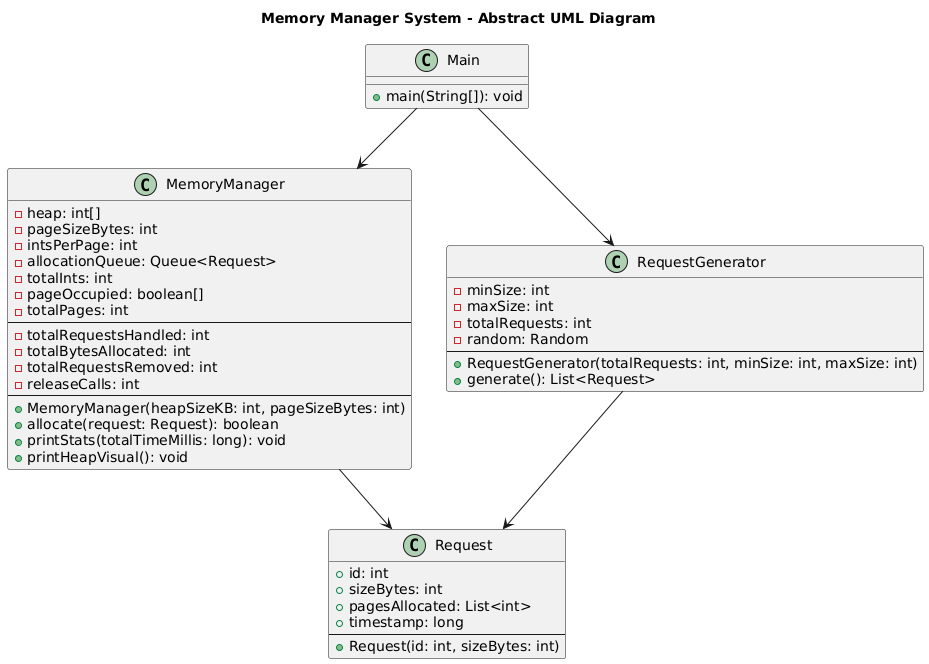
Above: uml-diagram.png in EmanuelRF15/MemoryManager (PlantUML), before the change. The source it was exported from:
```plantuml
@startuml
title Memory Manager System - Abstract UML Diagram

class Main {
  +main(String[]): void
}

class MemoryManager {
  -heap: int[]
  -pageSizeBytes: int
  -intsPerPage: int
  -allocationQueue: Queue<Request>
  -totalInts: int
  -pageOccupied: boolean[]
  -totalPages: int
  --
  -totalRequestsHandled: int
  -totalBytesAllocated: int
  -totalRequestsRemoved: int
  -releaseCalls: int
  --
  +MemoryManager(heapSizeKB: int, pageSizeBytes: int)
  +allocate(request: Request): boolean
  +printStats(totalTimeMillis: long): void
  +printHeapVisual(): void
}

class Request {
  +id: int
  +sizeBytes: int
  +pagesAllocated: List<int>
  +timestamp: long
  --
  +Request(id: int, sizeBytes: int)
}

class RequestGenerator {
  -minSize: int
  -maxSize: int
  -totalRequests: int
  -random: Random
  --
  +RequestGenerator(totalRequests: int, minSize: int, maxSize: int)
  +generate(): List<Request>
}

Main --> MemoryManager
Main --> RequestGenerator
RequestGenerator --> Request
MemoryManager --> Request
@enduml
```
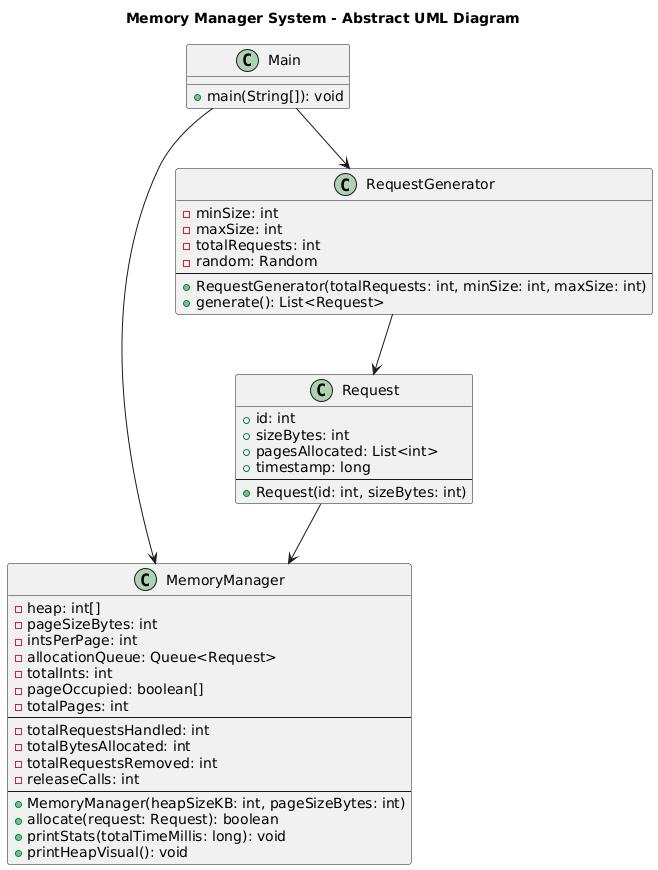
The same diagram one commit later.

Change to the diagram source:
```diff
@@ -47,5 +47,5 @@
 Main --> MemoryManager
 Main --> RequestGenerator
 RequestGenerator --> Request
-MemoryManager --> Request
+Request  --> MemoryManager
 @enduml
```
